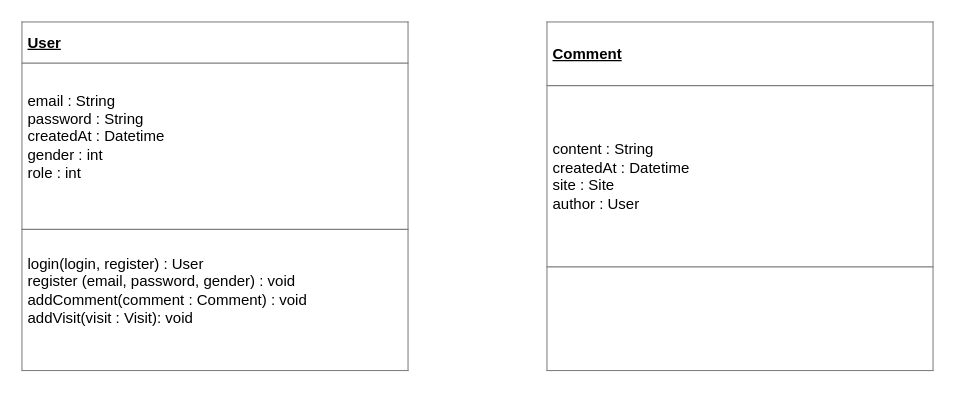
Earlier version of the draw.io diagram doc/conception.drawio (arseneRuben/E_Commerce_JEE). Source tidied: cells renumbered, new cells numbered last; positions are measured from the earlier drawing's top-left corner, leaving out a move shared by most shapes. Both pictures are drawn from the tidied source at 125%, with x=0, y=0 at pixel (21, 21).
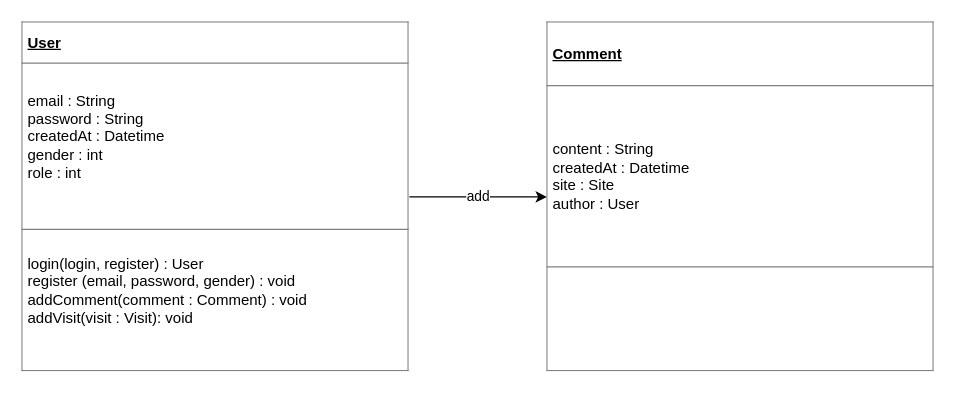
The same diagram, later.

Commit message (it also covers changes not shown here):
Projet : creation tables bd

Change to the diagram source:
```diff
@@
 <mxGraphModel>
   <root>
     <mxCell id="0" />
     <mxCell id="1" parent="0" />
+    <mxCell id="4" value="add" style="edgeStyle=orthogonalEdgeStyle;rounded=0;jettySize=auto;html=1;" parent="1" edge="1" source="2" target="3">
+      <mxGeometry relative="1" as="geometry" />
+    </mxCell>
     <mxCell id="2" value="&lt;table border=&quot;1&quot; width=&quot;100%&quot; height=&quot;100%&quot; cellpadding=&quot;4&quot; style=&quot;width:100%;height:100%;border-collapse:collapse;&quot;&gt;&lt;tbody&gt;&lt;tr&gt;&lt;th&gt;&lt;u&gt;User&lt;/u&gt;&lt;/th&gt;&lt;/tr&gt;&lt;tr&gt;&lt;td&gt;email : String&lt;br&gt;password : String&amp;nbsp;&lt;br&gt;createdAt : Datetime&lt;br&gt;gender : int&lt;br&gt;role : int&lt;br&gt;&lt;br&gt;&lt;/td&gt;&lt;/tr&gt;&lt;tr&gt;&lt;td&gt;login(login, register) : User&lt;br&gt;register (email, password, gender) : void&lt;br&gt;addComment(comment : Comment) : void&lt;br&gt;addVisit(visit : Visit): void&amp;nbsp;&lt;br&gt;&lt;br&gt;&lt;/td&gt;&lt;/tr&gt;&lt;/tbody&gt;&lt;/table&gt;" style="text;html=1;strokeColor=none;fillColor=none;overflow=fill;align=left;" parent="1" vertex="1">
       <mxGeometry width="310" height="280" as="geometry" />
     </mxCell>
     <mxCell id="3" value="&lt;table border=&quot;1&quot; width=&quot;100%&quot; height=&quot;100%&quot; cellpadding=&quot;4&quot; style=&quot;width:100%;height:100%;border-collapse:collapse;&quot;&gt;&lt;tbody&gt;&lt;tr&gt;&lt;th&gt;&lt;u&gt;Comment&lt;/u&gt;&lt;/th&gt;&lt;/tr&gt;&lt;tr&gt;&lt;td&gt;content : String&lt;br&gt;createdAt : Datetime&lt;br&gt;site : Site&amp;nbsp;&lt;br&gt;author : User&lt;/td&gt;&lt;/tr&gt;&lt;tr&gt;&lt;td&gt;&lt;br&gt;&lt;br&gt;&lt;/td&gt;&lt;/tr&gt;&lt;/tbody&gt;&lt;/table&gt;" style="text;html=1;strokeColor=none;fillColor=none;overflow=fill;align=left;" parent="1" vertex="1">
       <mxGeometry x="420" width="310" height="280" as="geometry" />
     </mxCell>
   </root>
 </mxGraphModel>
```
